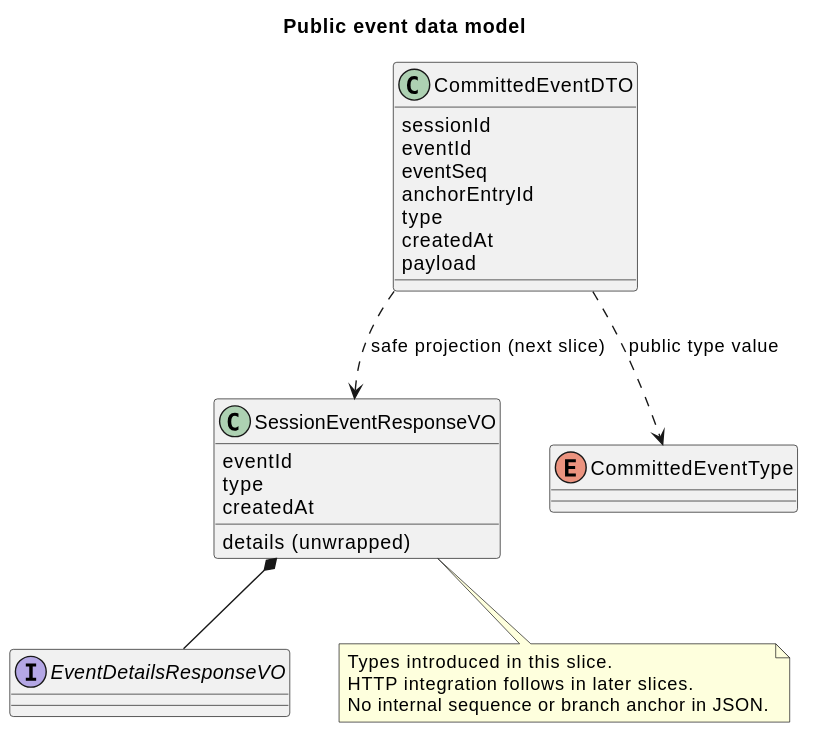
This is docs/designs/runtime-public-events/public_event_types.svg from 2862282695gjh-afk/pi-mono-java, a PlantUML export, as it was before one commit.
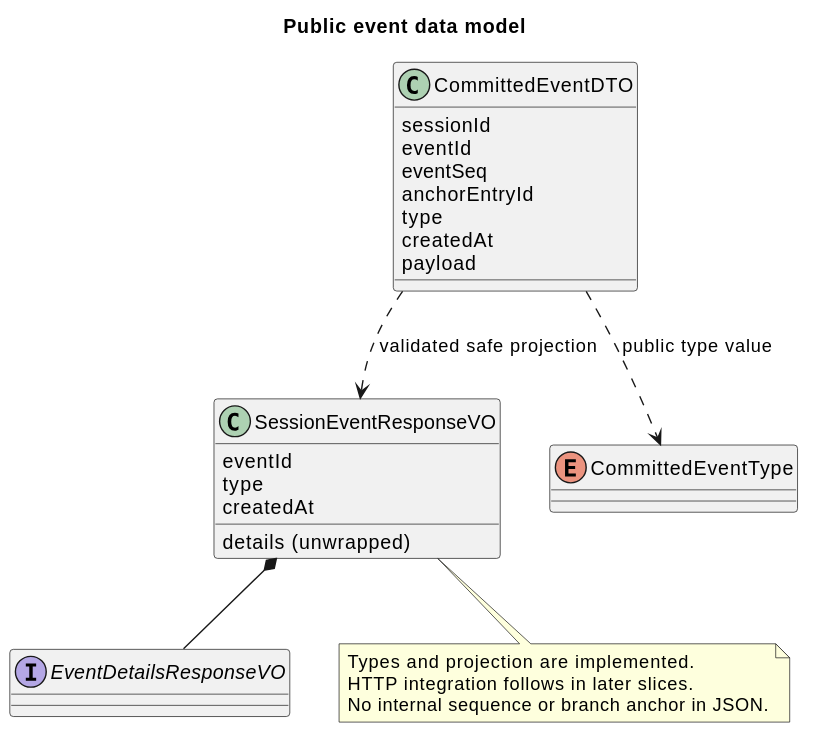
Later version of the same file.

What changed in the source:
```diff
@@ -19,9 +19,9 @@
 enum CommittedEventType
 SessionEventResponseVO *-- EventDetailsResponseVO
 CommittedEventDTO ..> CommittedEventType : public type value
-CommittedEventDTO ..> SessionEventResponseVO : safe projection (next slice)
+CommittedEventDTO ..> SessionEventResponseVO : validated safe projection
 note bottom of SessionEventResponseVO
-  Types introduced in this slice.
+  Types and projection are implemented.
   HTTP integration follows in later slices.
   No internal sequence or branch anchor in JSON.
 end note
```
